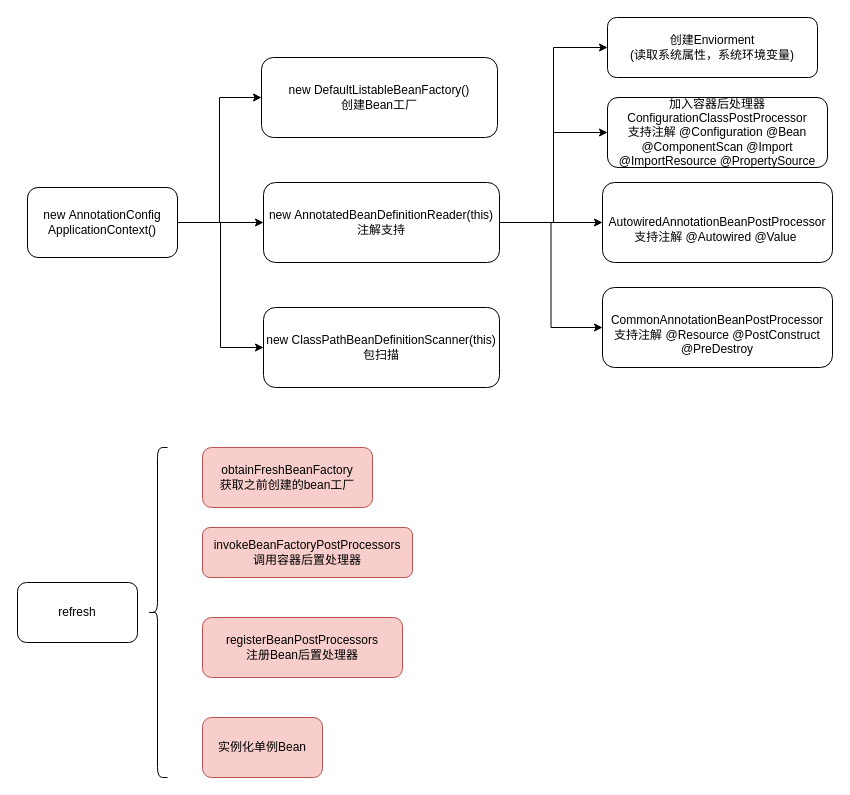
This is page "spring容器启动流程" (2 of 4) of doc/spring.drawio from zhangkang1521/spring-framework, a draw.io file, before an edit. Source tidied: cells renumbered, new cells numbered last; positions are measured from the earlier drawing's top-left corner, leaving out a move shared by most shapes. Both pictures are drawn from the tidied source at 100%, with x=0, y=0 at pixel (17, 17).
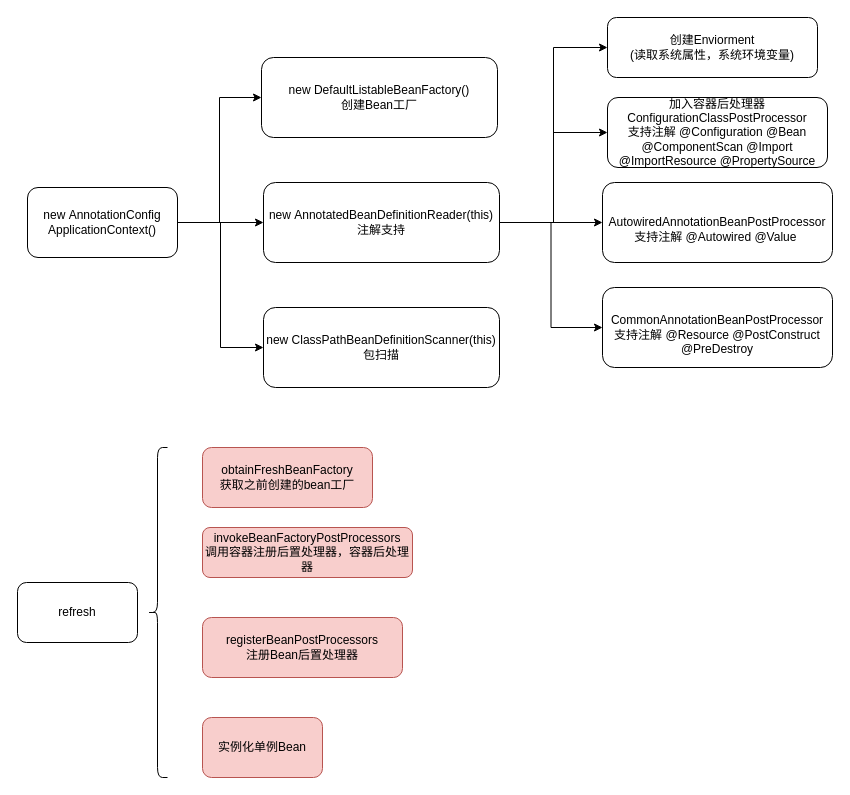
The same page after the edit.

Diff of the diagram source:
```diff
@@
-    <mxCell id="18" value="invokeBeanFactoryPostProcessors&lt;br&gt;调用容器后置处理器" style="rounded=1;whiteSpace=wrap;html=1;fillColor=#f8cecc;strokeColor=#b85450;" parent="1" vertex="1">
+    <mxCell id="18" value="invokeBeanFactoryPostProcessors&lt;br&gt;调用容器注册后置处理器，容器后处理器" style="rounded=1;whiteSpace=wrap;html=1;fillColor=#f8cecc;strokeColor=#b85450;" parent="1" vertex="1">
       <mxGeometry x="185" y="510" width="210" height="50" as="geometry" />
     </mxCell>
```
